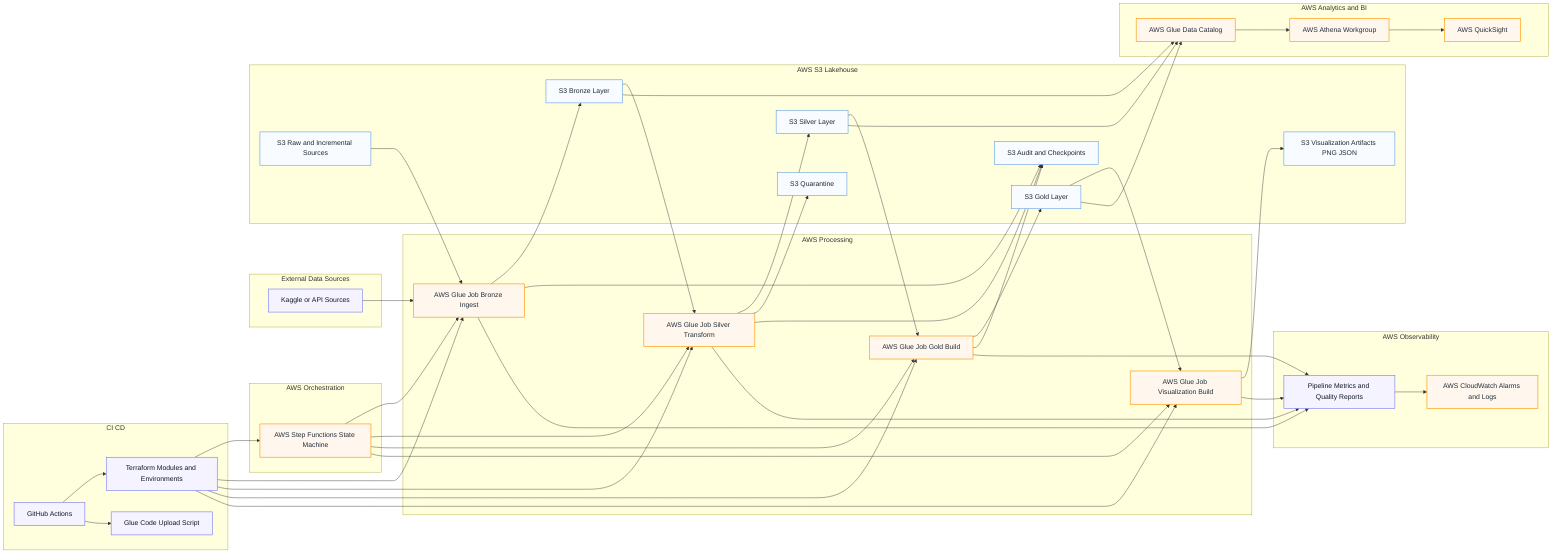
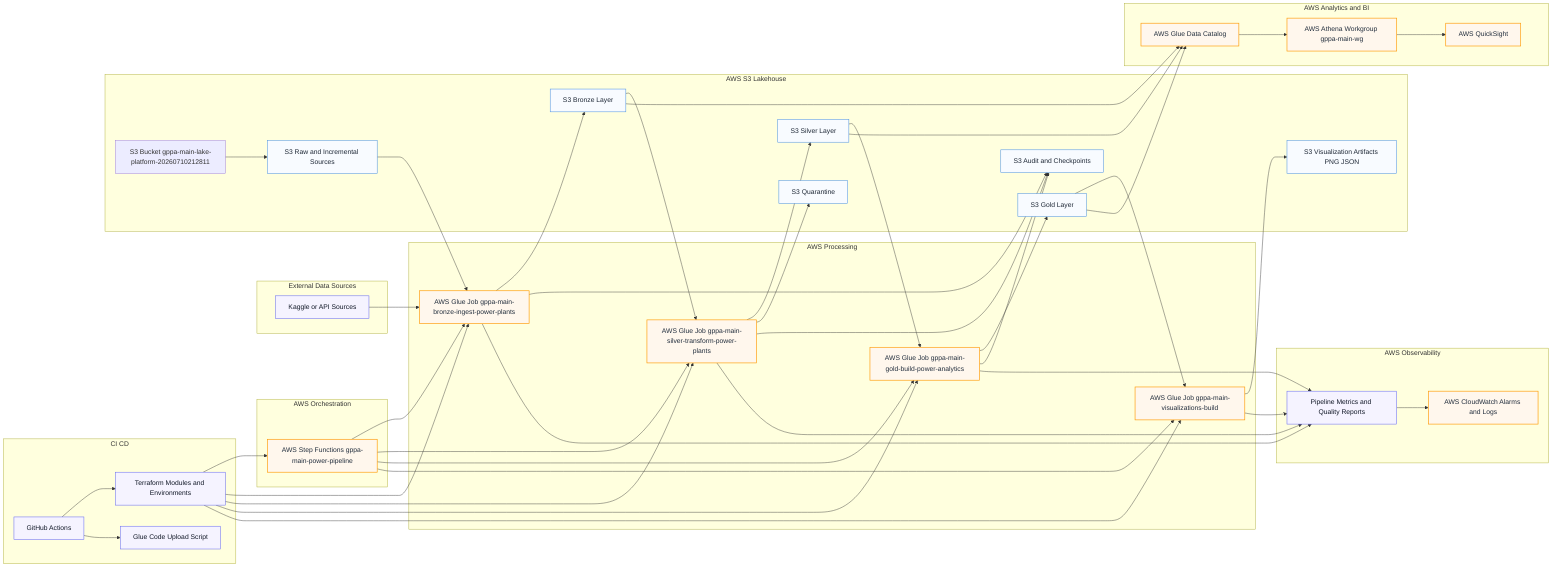
flowchart LR
    %% ------------------------------------------------------------
    %% Global Power Plant Analytics Platform - AWS Architecture
+     %% Account: 371170753734 | Region: us-east-1
+     %% Data lake bucket: gppa-main-lake-platform-20260710212811
+     %% Step Functions ARN: arn:aws:states:us-east-1:371170753734:stateMachine:gppa-main-power-pipeline
+     %% Athena workgroup: gppa-main-wg
    %% ------------------------------------------------------------

    subgraph DEVOPS[CI CD]
        GH[GitHub Actions]
        TF[Terraform Modules and Environments]
        UP[Glue Code Upload Script]
    end

    subgraph ORCH[AWS Orchestration]
-         SFN[AWS Step Functions State Machine]
+         SFN[AWS Step Functions gppa-main-power-pipeline]
    end

    subgraph ETL[AWS Processing]
-         ING[AWS Glue Job Bronze Ingest]
-         TRN[AWS Glue Job Silver Transform]
-         GLD_JOB[AWS Glue Job Gold Build]
-         VIZ[AWS Glue Job Visualization Build]
+         ING[AWS Glue Job gppa-main-bronze-ingest-power-plants]
+         TRN[AWS Glue Job gppa-main-silver-transform-power-plants]
+         GLD_JOB[AWS Glue Job gppa-main-gold-build-power-analytics]
+         VIZ[AWS Glue Job gppa-main-visualizations-build]
    end

    subgraph EXT[External Data Sources]
        KAG[Kaggle or API Sources]
    end

    subgraph LAKE[AWS S3 Lakehouse]
+         LKB[S3 Bucket gppa-main-lake-platform-20260710212811]
        RAW[S3 Raw and Incremental Sources]
        BRZ[S3 Bronze Layer]
        SLV[S3 Silver Layer]
        GLD[S3 Gold Layer]
        QTN[S3 Quarantine]
        AUD[S3 Audit and Checkpoints]
        VOUT[S3 Visualization Artifacts PNG JSON]
    end

    subgraph ANALYTICS[AWS Analytics and BI]
        CAT[AWS Glue Data Catalog]
-         ATH[AWS Athena Workgroup]
+         ATH[AWS Athena Workgroup gppa-main-wg]
        QS[AWS QuickSight]
    end

    subgraph OBS[AWS Observability]
        MET[Pipeline Metrics and Quality Reports]
        CW[AWS CloudWatch Alarms and Logs]
    end

    GH --> TF
    GH --> UP
    TF --> SFN
    TF --> ING
    TF --> TRN
    TF --> GLD_JOB
    TF --> VIZ

+     LKB --> RAW
    KAG --> ING
    RAW --> ING
    SFN --> ING
    SFN --> TRN
    SFN --> GLD_JOB
    SFN --> VIZ

    ING --> BRZ
    ING --> AUD

    BRZ --> TRN
    TRN --> SLV
    TRN --> QTN
    TRN --> AUD

    SLV --> GLD_JOB
    GLD_JOB --> GLD
    GLD_JOB --> AUD
    GLD --> VIZ
    VIZ --> VOUT

    BRZ --> CAT
    SLV --> CAT
    GLD --> CAT

    CAT --> ATH
    ATH --> QS

    ING --> MET
    TRN --> MET
    GLD_JOB --> MET
    VIZ --> MET
    MET --> CW

    classDef aws fill:#FFF7ED,stroke:#FF9900,stroke-width:1.5px,color:#232F3E;
    classDef store fill:#F8FBFF,stroke:#4A90E2,stroke-width:1.2px,color:#1F2937;
    classDef ops fill:#F5F3FF,stroke:#6366F1,stroke-width:1.2px,color:#111827;

    class SFN,ING,TRN,GLD_JOB,VIZ,CAT,ATH,QS,CW aws;
    class RAW,BRZ,SLV,GLD,QTN,AUD,VOUT store;
    class GH,TF,UP,MET,KAG ops;
